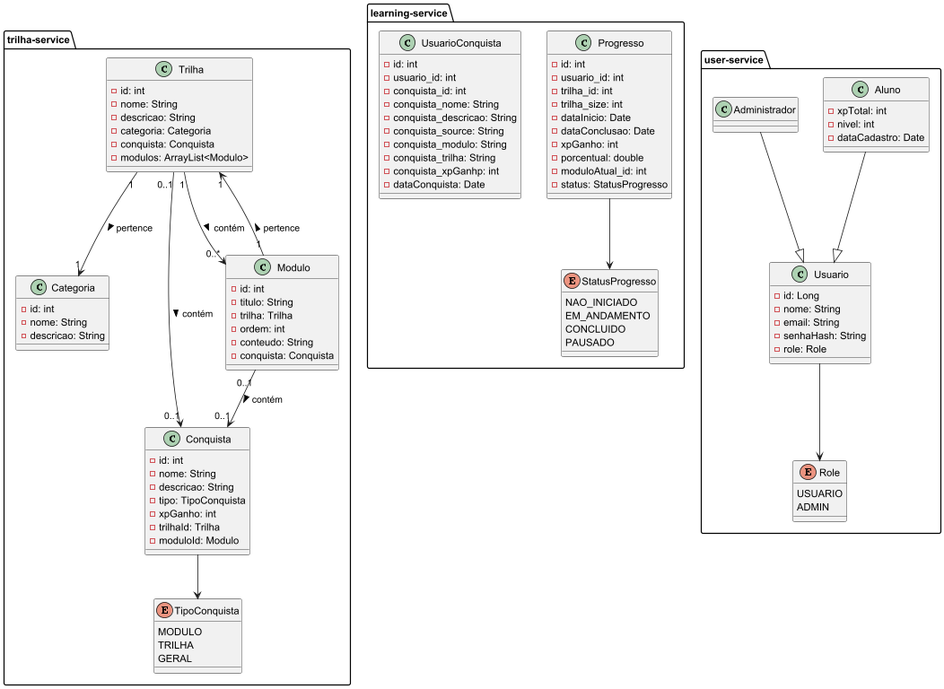
The PlantUML diagram Diagrams/classe.png in BruBSilva/TrilhaDeAprendizadoApi_MS, before a commit. The source it was exported from:
```plantuml
@startuml

package "trilha-service" {
    !include ../trilha-service/Diagrams/classe.puml
}

package "learning-service" {
    !include ../learning-service/Diagrams/classe.puml
}

package "user-service" {
    !include ../user-service/Diagrams/classe.puml
}

@enduml
```
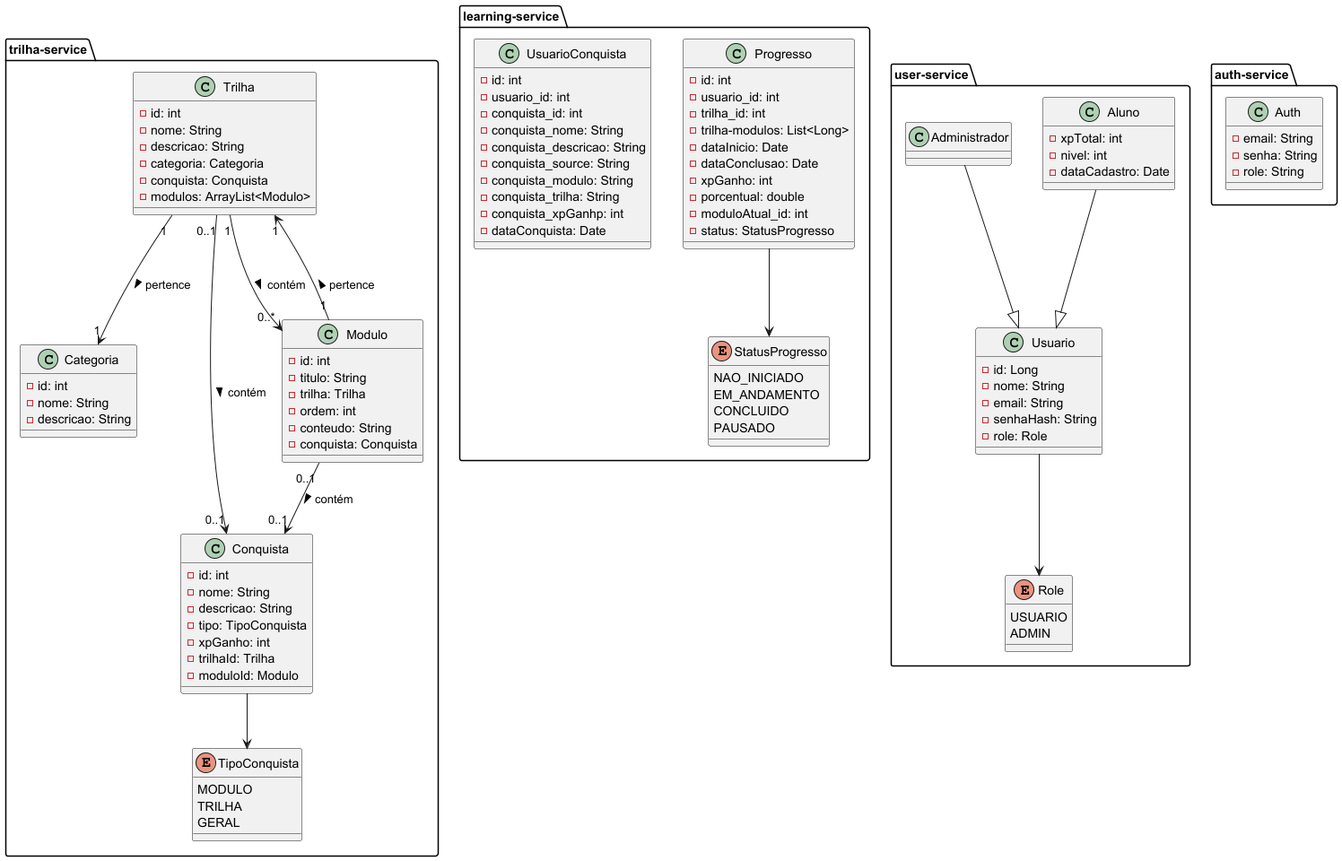
After the change.

Commit message:
Atualizando diagramas e adicionando fluxograma

Change to the diagram source:
```diff
@@ -12,4 +12,9 @@
     !include ../user-service/Diagrams/classe.puml
 }
 
+package "auth-service" {
+    !include ../auth-service/Diagrams/classe.puml
+}
+
+
 @enduml
```
